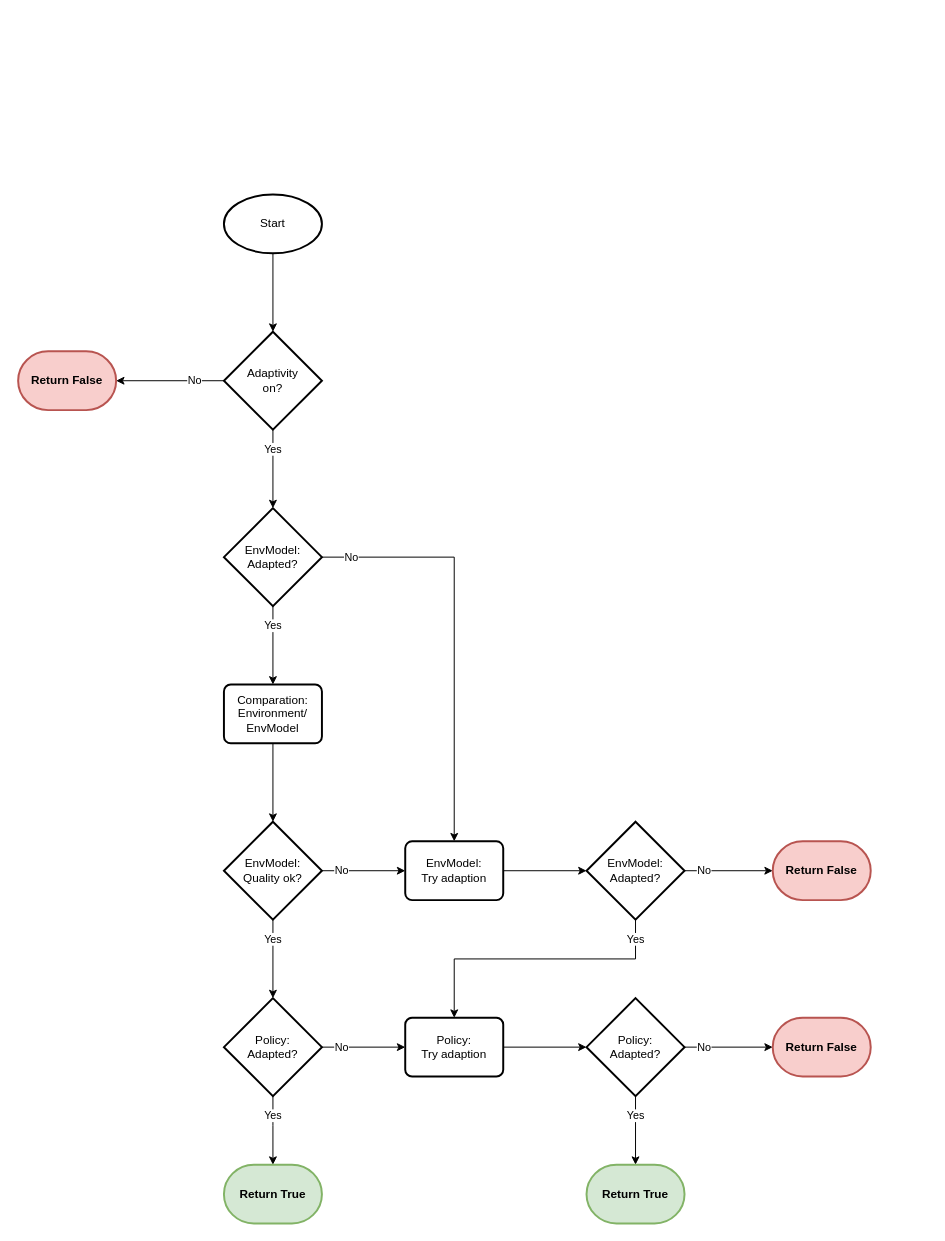
Above: doc/rl/flowchart agent-adapt.drawio in fhswf/MLPro (draw.io), before the change. Source tidied: cells renumbered, new cells numbered last; positions are measured from the earlier drawing's top-left corner, leaving out a move shared by most shapes. Both pictures are drawn from the tidied source at 98%, with x=0, y=0 at pixel (18, 194).
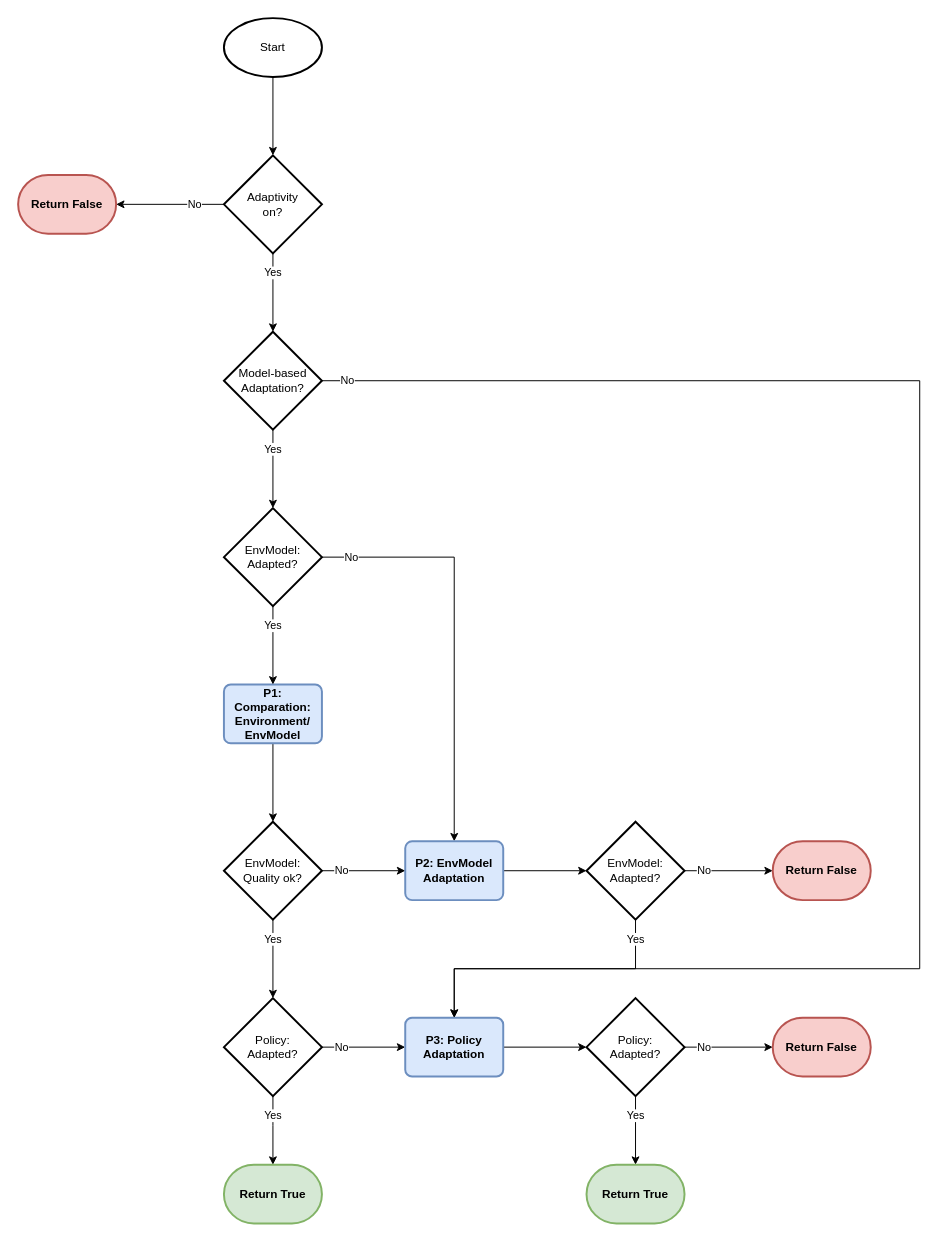
Above is the later version.

Commit message (it also covers changes not shown here):
Agent adaptation

The change refers to these unchanged cells:
```xml
<mxCell id="12" value="EnvModel:&lt;br&gt;Adapted?" style="strokeWidth=2;html=1;shape=mxgraph.flowchart.decision;whiteSpace=wrap;" parent="1" vertex="1">
  <mxGeometry x="210" y="320" width="100" height="100" as="geometry" />
</mxCell>
<mxCell id="18" value="EnvModel:&lt;br&gt;Adapted?" style="strokeWidth=2;html=1;shape=mxgraph.flowchart.decision;whiteSpace=wrap;" parent="1" vertex="1">
  <mxGeometry x="580" y="640" width="100" height="100" as="geometry" />
</mxCell>
```

Change to the diagram source:
```diff
@@
     <mxCell id="3" value="Start" style="strokeWidth=2;html=1;shape=mxgraph.flowchart.start_1;whiteSpace=wrap;" parent="1" vertex="1">
-      <mxGeometry x="210" width="100" height="60" as="geometry" />
+      <mxGeometry x="210" y="-180" width="100" height="60" as="geometry" />
     </mxCell>
@@
-    <mxCell id="5" value="Yes" style="edgeStyle=orthogonalEdgeStyle;rounded=0;jettySize=auto;html=1;" parent="1" edge="1" source="6" target="12">
-      <mxGeometry x="-0.5" relative="1" as="geometry" />
-    </mxCell>
+    <mxCell id="33" value="Yes" style="edgeStyle=orthogonalEdgeStyle;rounded=0;jettySize=auto;html=1;" parent="1" edge="1" source="6" target="36">
+      <mxGeometry x="-0.5" relative="1" as="geometry">
+        <Array as="points">
+          <mxPoint x="260" y="60" />
+          <mxPoint x="260" y="60" />
+        </Array>
+      </mxGeometry>
+    </mxCell>
     <mxCell id="6" value="Adaptivity&lt;br&gt;on?" style="strokeWidth=2;html=1;shape=mxgraph.flowchart.decision;whiteSpace=wrap;" parent="1" vertex="1">
-      <mxGeometry x="210" y="140" width="100" height="100" as="geometry" />
+      <mxGeometry x="210" y="-40" width="100" height="100" as="geometry" />
     </mxCell>
     <mxCell id="7" value="Return False" style="strokeWidth=2;html=1;shape=mxgraph.flowchart.terminator;whiteSpace=wrap;fillColor=#f8cecc;strokeColor=#b85450;fontStyle=1;" parent="1" vertex="1">
-      <mxGeometry y="160" width="100" height="60" as="geometry" />
+      <mxGeometry y="-20" width="100" height="60" as="geometry" />
     </mxCell>
@@
-    <mxCell id="9" value="Comparation:&lt;br&gt;Environment/&lt;br&gt;EnvModel" style="rounded=1;whiteSpace=wrap;html=1;absoluteArcSize=1;arcSize=14;strokeWidth=2;" parent="1" vertex="1">
+    <mxCell id="9" value="P1: Comparation:&lt;br&gt;Environment/&lt;br&gt;EnvModel" style="rounded=1;whiteSpace=wrap;html=1;absoluteArcSize=1;arcSize=14;strokeWidth=2;fillColor=#dae8fc;strokeColor=#6c8ebf;fontStyle=1;" parent="1" vertex="1">
       <mxGeometry x="210" y="500" width="100" height="60" as="geometry" />
     </mxCell>
@@
     <mxCell id="17" value="Yes" style="edgeStyle=orthogonalEdgeStyle;rounded=0;jettySize=auto;html=1;entryX=0.5;entryY=0;entryDx=0;entryDy=0;" parent="1" edge="1" source="18" target="22">
       <mxGeometry x="-0.86" relative="1" as="geometry">
         <Array as="points">
-          <mxPoint x="630" y="780" />
-          <mxPoint x="445" y="780" />
+          <mxPoint x="630" y="790" />
+          <mxPoint x="445" y="790" />
         </Array>
       </mxGeometry>
     </mxCell>
@@
-    <mxCell id="20" value="EnvModel:&lt;br&gt;Try adaption" style="rounded=1;whiteSpace=wrap;html=1;absoluteArcSize=1;arcSize=14;strokeWidth=2;" parent="1" vertex="1">
+    <mxCell id="20" value="P2: EnvModel&lt;br&gt;Adaptation" style="rounded=1;whiteSpace=wrap;html=1;absoluteArcSize=1;arcSize=14;strokeWidth=2;fillColor=#dae8fc;strokeColor=#6c8ebf;fontStyle=1;" parent="1" vertex="1">
       <mxGeometry x="395" y="660" width="100" height="60" as="geometry" />
     </mxCell>
@@
-    <mxCell id="22" value="Policy:&lt;br&gt;Try adaption" style="rounded=1;whiteSpace=wrap;html=1;absoluteArcSize=1;arcSize=14;strokeWidth=2;" parent="1" vertex="1">
+    <mxCell id="22" value="P3: Policy Adaptation" style="rounded=1;whiteSpace=wrap;html=1;absoluteArcSize=1;arcSize=14;strokeWidth=2;fontStyle=1;fillColor=#dae8fc;strokeColor=#6c8ebf;" parent="1" vertex="1">
       <mxGeometry x="395" y="840" width="100" height="60" as="geometry" />
     </mxCell>
@@
+    <mxCell id="34" value="Yes" style="edgeStyle=orthogonalEdgeStyle;rounded=0;jettySize=auto;html=1;" parent="1" edge="1" source="36" target="12">
+      <mxGeometry x="-0.5" relative="1" as="geometry" />
+    </mxCell>
+    <mxCell id="35" value="No" style="edgeStyle=orthogonalEdgeStyle;rounded=0;jettySize=auto;html=1;entryX=0.5;entryY=0;entryDx=0;entryDy=0;" parent="1" edge="1" source="36" target="22">
+      <mxGeometry x="-0.97" relative="1" as="geometry">
+        <Array as="points">
+          <mxPoint x="920" y="190" />
+          <mxPoint x="920" y="790" />
+          <mxPoint x="445" y="790" />
+        </Array>
+      </mxGeometry>
+    </mxCell>
+    <mxCell id="36" value="Model-based&lt;br&gt;Adaptation?" style="strokeWidth=2;html=1;shape=mxgraph.flowchart.decision;whiteSpace=wrap;" parent="1" vertex="1">
+      <mxGeometry x="210" y="140" width="100" height="100" as="geometry" />
+    </mxCell>
```
